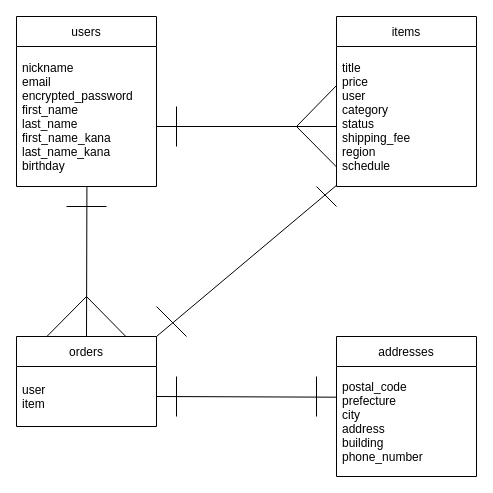
Above: Furima-37769.dio in TomoyaIwai/furima-37769 (draw.io), before the change. Source tidied: cells renumbered, new cells numbered last; positions are measured from the earlier drawing's top-left corner, leaving out a move shared by most shapes. Both pictures are drawn from the tidied source at 100%, with x=0, y=0 at pixel (16, 16).
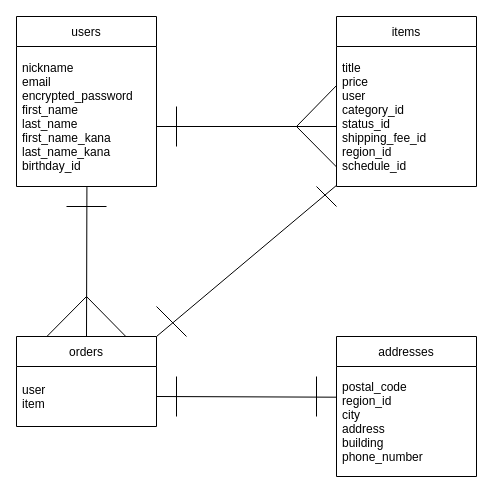
Above is the later version.

Commit message (it also covers changes not shown here):
データベース設計（修正）

The change refers to these unchanged cells:
```xml
<mxCell id="2" value="users" style="swimlane;fontStyle=0;horizontal=1;startSize=30;" parent="1" vertex="1">
  <mxGeometry width="140" height="170" as="geometry" />
</mxCell>
<mxCell id="4" value="items" style="swimlane;fontStyle=0;horizontal=1;startSize=30;" parent="1" vertex="1">
  <mxGeometry x="320" width="140" height="170" as="geometry" />
</mxCell>
<mxCell id="8" value="addresses" style="swimlane;fontStyle=0;horizontal=1;startSize=30;" parent="1" vertex="1">
  <mxGeometry x="320" y="320" width="140" height="140" as="geometry" />
</mxCell>
```

What changed in the source:
```diff
@@
-    <mxCell id="3" value="nickname&#10;email&#10;encrypted_password&#10;first_name&#10;last_name&#10;first_name_kana&#10;last_name_kana&#10;birthday" style="text;strokeColor=none;fillColor=none;align=left;verticalAlign=middle;spacingLeft=4;spacingRight=4;overflow=hidden;points=[[0,0.5],[1,0.5]];portConstraint=eastwest;" parent="2" vertex="1">
+    <mxCell id="3" value="nickname&#10;email&#10;encrypted_password&#10;first_name&#10;last_name&#10;first_name_kana&#10;last_name_kana&#10;birthday_id" style="text;strokeColor=none;fillColor=none;align=left;verticalAlign=middle;spacingLeft=4;spacingRight=4;overflow=hidden;points=[[0,0.5],[1,0.5]];portConstraint=eastwest;" parent="2" vertex="1">
       <mxGeometry y="30" width="140" height="140" as="geometry" />
     </mxCell>
@@
-    <mxCell id="5" value="title&#10;price&#10;user&#10;category&#10;status&#10;shipping_fee&#10;region&#10;schedule" style="text;strokeColor=none;fillColor=none;align=left;verticalAlign=middle;spacingLeft=4;spacingRight=4;overflow=hidden;points=[[0,0.5],[1,0.5]];portConstraint=eastwest;" parent="4" vertex="1">
+    <mxCell id="5" value="title&#10;price&#10;user&#10;category_id&#10;status_id&#10;shipping_fee_id&#10;region_id&#10;schedule_id" style="text;strokeColor=none;fillColor=none;align=left;verticalAlign=middle;spacingLeft=4;spacingRight=4;overflow=hidden;points=[[0,0.5],[1,0.5]];portConstraint=eastwest;" parent="4" vertex="1">
       <mxGeometry y="30" width="140" height="140" as="geometry" />
     </mxCell>
@@
-    <mxCell id="9" value="postal_code&#10;prefecture&#10;city&#10;address&#10;building&#10;phone_number" style="text;strokeColor=none;fillColor=none;align=left;verticalAlign=middle;spacingLeft=4;spacingRight=4;overflow=hidden;points=[[0,0.5],[1,0.5]];portConstraint=eastwest;" parent="8" vertex="1">
+    <mxCell id="9" value="postal_code&#10;region_id&#10;city&#10;address&#10;building&#10;phone_number" style="text;strokeColor=none;fillColor=none;align=left;verticalAlign=middle;spacingLeft=4;spacingRight=4;overflow=hidden;points=[[0,0.5],[1,0.5]];portConstraint=eastwest;" parent="8" vertex="1">
       <mxGeometry y="30" width="140" height="110" as="geometry" />
     </mxCell>
```
